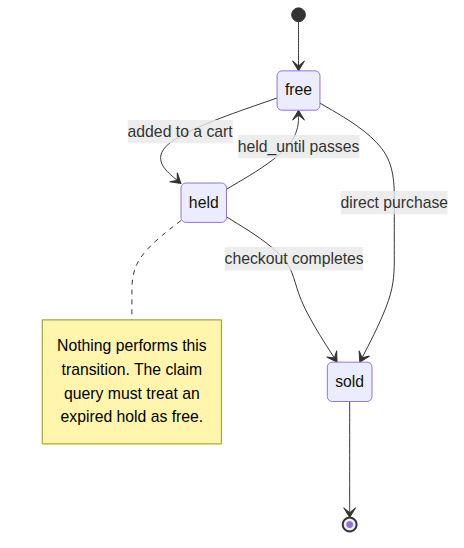
Above: markdown/system-design-interview/assets/001/03-lifecycle.png in haraGADygyl/medium-python-articles (Mermaid), before the change. Its source is kept beside it as markdown/system-design-interview/assets/001/03-lifecycle.mmd. Source of this version:
```mermaid
stateDiagram-v2
    [*] --> free
    free --> held: added to a cart
    held --> sold: checkout completes
    held --> free: held_until passes
    free --> sold: direct purchase
    sold --> [*]
    note right of held
        Nothing performs this
        transition. The claim
        query must treat an
        expired hold as free.
    end note
```
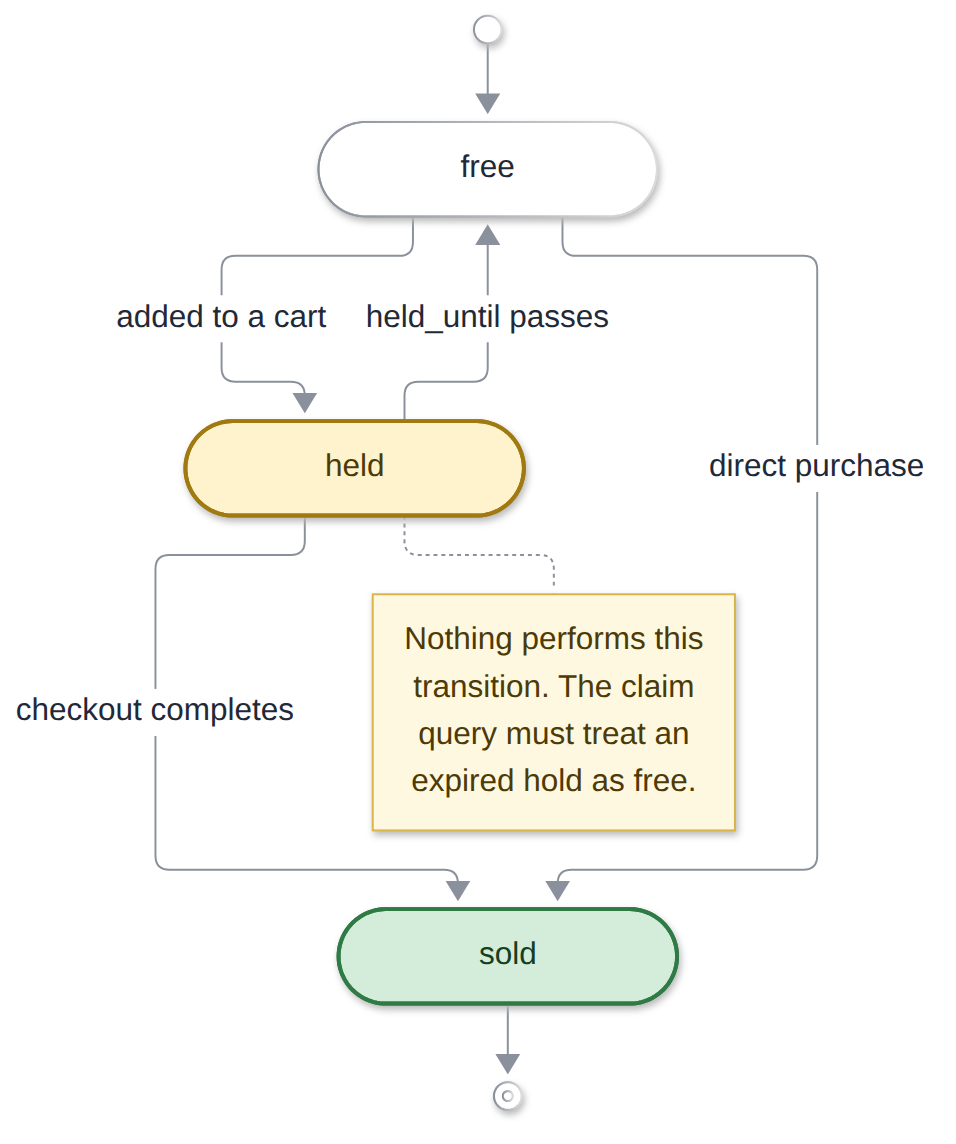
Above is the later version.

Diff of the diagram source:
```diff
@@ -1,13 +1,16 @@
-stateDiagram-v2
-    [*] --> free
-    free --> held: added to a cart
-    held --> sold: checkout completes
-    held --> free: held_until passes
-    free --> sold: direct purchase
-    sold --> [*]
-    note right of held
-        Nothing performs this
-        transition. The claim
-        query must treat an
-        expired hold as free.
-    end note
+flowchart TB
+    start@{ shape: sm-circ }
+    stop@{ shape: fr-circ }
+    start --> free(["free"])
+    free -- "added to a cart" --> held(["held"])
+    held -- "checkout completes" --> sold(["sold"])
+    held -- "held_until passes" --> free
+    free -- "direct purchase" --> sold
+    sold --> stop
+    held -.- n1["Nothing performs this<br/>transition. The claim<br/>query must treat an<br/>expired hold as free."]
+    classDef ok fill:#d4edda,stroke:#2f7a45,stroke-width:2px,color:#14401f
+    classDef warn fill:#fff3cd,stroke:#a07a10,stroke-width:2px,color:#4d3a05
+    classDef note fill:#fff8e1,stroke:#d9b44a,color:#4d3a05
+    class sold ok
+    class held warn
+    class n1 note
```
